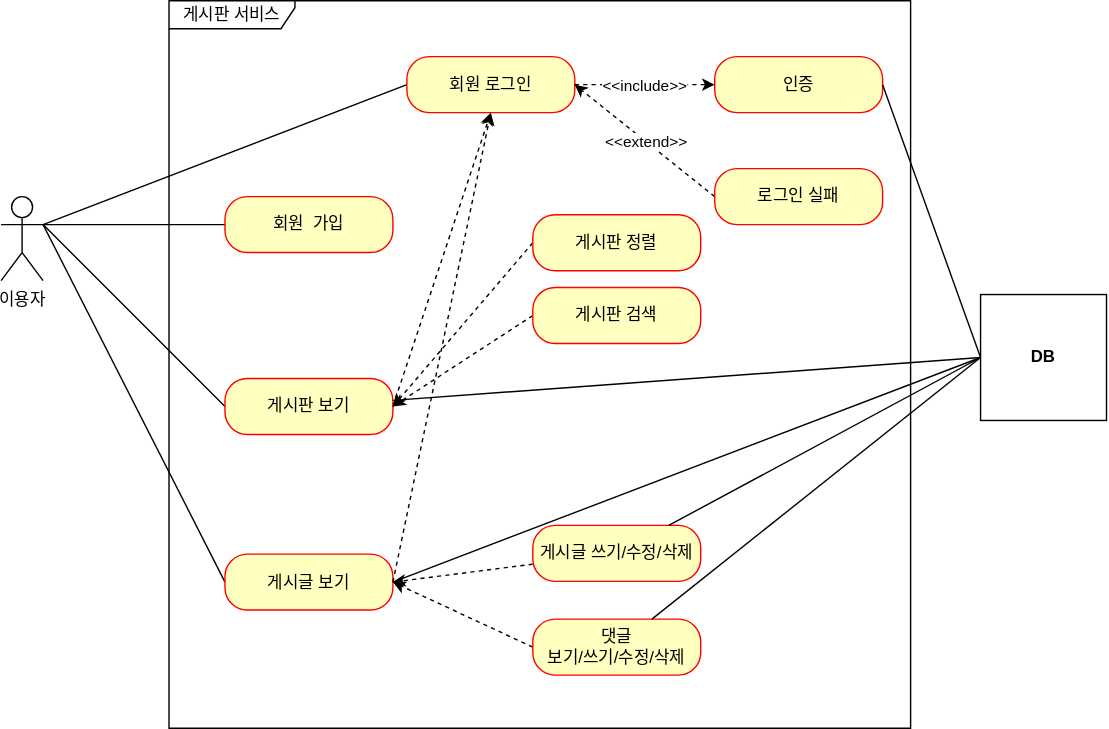
somang-lim/board-project keeps this draw.io diagram as document/use-case.svg. Above is the earlier version. Source tidied: cells renumbered, new cells last; positions are measured from the earlier drawing's top-left corner, leaving out a move shared by most shapes.
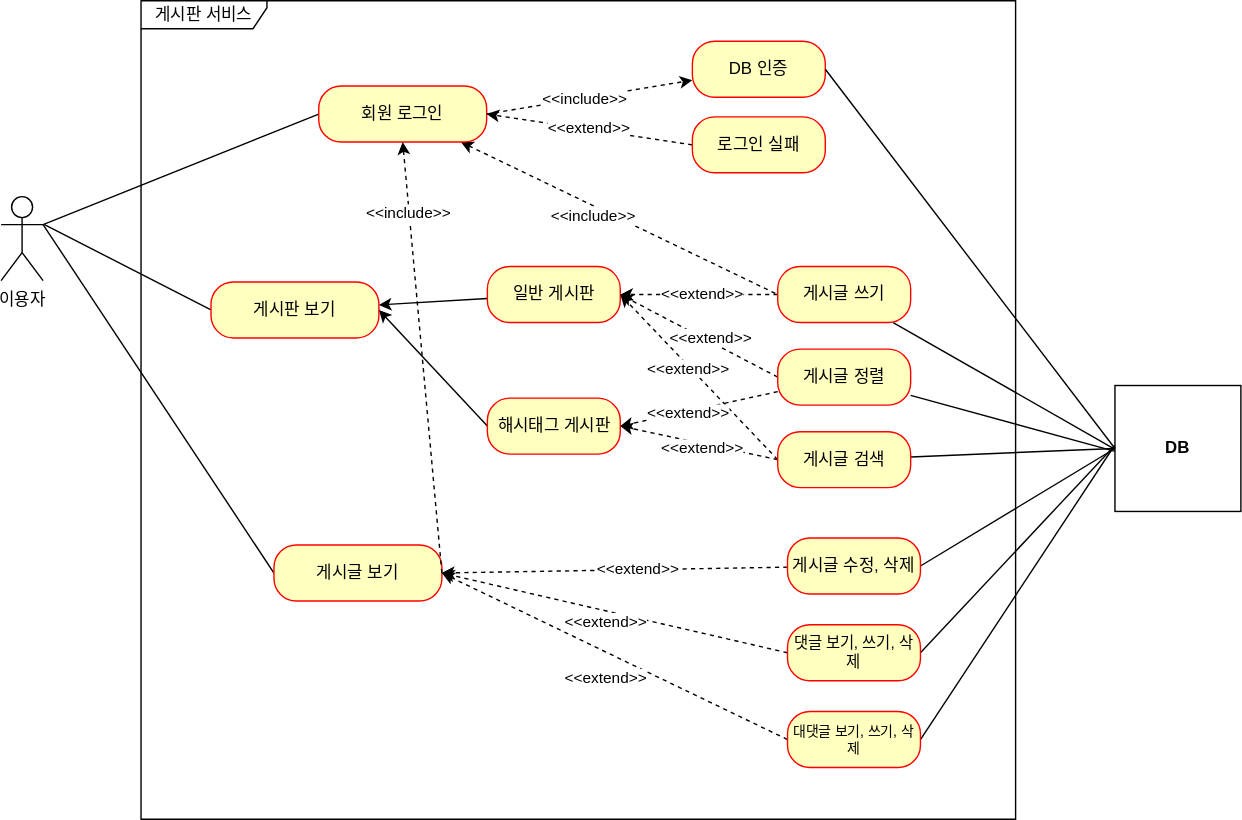
Above is the later version.

Commit message:
#55 - user-case.svg: 현재 서비스 상황에 맞춰 업데이트

The edit, as a diff of the source:
```diff
@@ -3,51 +3,41 @@
     <mxCell id="0" />
     <mxCell id="1" parent="0" />
     <mxCell id="2" value="이용자" style="shape=umlActor;verticalLabelPosition=bottom;verticalAlign=top;html=1;outlineConnect=0;" parent="1" vertex="1">
-      <mxGeometry y="140" width="30" height="60" as="geometry" />
+      <mxGeometry x="-39" y="140" width="30" height="60" as="geometry" />
     </mxCell>
     <mxCell id="3" value="게시판 서비스" style="shape=umlFrame;whiteSpace=wrap;html=1;width=90;height=20;" parent="1" vertex="1">
-      <mxGeometry x="120" width="530" height="520" as="geometry" />
+      <mxGeometry x="61" width="625" height="585" as="geometry" />
     </mxCell>
-    <mxCell id="4" style="rounded=0;jettySize=auto;html=1;endArrow=none;endFill=0;" parent="1" edge="1" source="5">
-      <mxGeometry relative="1" as="geometry">
-        <mxPoint x="30" y="160" as="targetPoint" />
-      </mxGeometry>
-    </mxCell>
-    <mxCell id="5" value="회원&amp;nbsp; 가입" style="rounded=1;whiteSpace=wrap;html=1;arcSize=40;fontColor=#000000;fillColor=#ffffc0;strokeColor=#ff0000;" parent="1" vertex="1">
-      <mxGeometry x="160" y="140" width="120" height="40" as="geometry" />
-    </mxCell>
     <mxCell id="6" style="rounded=0;jettySize=auto;html=1;endArrow=none;endFill=0;exitX=0;exitY=0.5;exitDx=0;exitDy=0;" parent="1" edge="1" source="7">
       <mxGeometry relative="1" as="geometry">
-        <mxPoint x="30" y="160" as="targetPoint" />
+        <mxPoint x="-8" y="160" as="targetPoint" />
       </mxGeometry>
     </mxCell>
     <mxCell id="7" value="게시판 보기" style="rounded=1;whiteSpace=wrap;html=1;arcSize=40;fontColor=#000000;fillColor=#ffffc0;strokeColor=#ff0000;" parent="1" vertex="1">
-      <mxGeometry x="160" y="270" width="120" height="40" as="geometry" />
+      <mxGeometry x="111" y="201" width="120" height="40" as="geometry" />
     </mxCell>
-    <mxCell id="8" style="rounded=0;jettySize=auto;html=1;endArrow=none;endFill=0;exitX=0;exitY=0.5;exitDx=0;exitDy=0;" parent="1" edge="1" source="9">
-      <mxGeometry relative="1" as="geometry">
-        <mxPoint x="30" y="160" as="targetPoint" />
-      </mxGeometry>
+    <mxCell id="8" style="rounded=0;jettySize=auto;html=1;endArrow=none;endFill=0;exitX=0;exitY=0.5;exitDx=0;exitDy=0;entryX=1;entryY=0.3333333333333333;entryDx=0;entryDy=0;entryPerimeter=0;" parent="1" edge="1" source="9" target="2">
+      <mxGeometry relative="1" as="geometry" />
     </mxCell>
     <mxCell id="9" value="게시글 보기" style="rounded=1;whiteSpace=wrap;html=1;arcSize=40;fontColor=#000000;fillColor=#ffffc0;strokeColor=#ff0000;" parent="1" vertex="1">
-      <mxGeometry x="160" y="395.5" width="120" height="40" as="geometry" />
+      <mxGeometry x="156" y="389" width="120" height="40" as="geometry" />
     </mxCell>
     <mxCell id="10" style="rounded=0;jettySize=auto;html=1;endArrow=none;endFill=0;entryX=1;entryY=0.3333333333333333;entryDx=0;entryDy=0;entryPerimeter=0;exitX=0;exitY=0.5;exitDx=0;exitDy=0;" parent="1" edge="1" source="11" target="2">
       <mxGeometry relative="1" as="geometry" />
     </mxCell>
+    <mxCell id="33" style="rounded=0;jettySize=auto;html=1;entryX=0;entryY=0.5;entryDx=0;entryDy=0;startArrow=classic;startFill=1;endArrow=none;endFill=0;dashed=1;" parent="1" edge="1" source="11" target="39">
+      <mxGeometry relative="1" as="geometry" />
+    </mxCell>
     <mxCell id="11" value="회원 로그인" style="rounded=1;whiteSpace=wrap;html=1;arcSize=40;fontColor=#000000;fillColor=#ffffc0;strokeColor=#ff0000;" parent="1" vertex="1">
-      <mxGeometry x="290" y="40" width="120" height="40" as="geometry" />
+      <mxGeometry x="188" y="61" width="120" height="40" as="geometry" />
     </mxCell>
-    <mxCell id="12" style="rounded=0;jettySize=auto;html=1;exitX=1;exitY=0.5;exitDx=0;exitDy=0;entryX=0.5;entryY=1;entryDx=0;entryDy=0;dashed=1;" parent="1" edge="1" source="7" target="11">
-      <mxGeometry relative="1" as="geometry" />
-    </mxCell>
     <mxCell id="13" style="rounded=0;jettySize=auto;html=1;exitX=1;exitY=0.5;exitDx=0;exitDy=0;entryX=0.5;entryY=1;entryDx=0;entryDy=0;dashed=1;" parent="1" edge="1" source="9" target="11">
       <mxGeometry relative="1" as="geometry" />
     </mxCell>
-    <mxCell id="14" value="인증" style="rounded=1;whiteSpace=wrap;html=1;arcSize=40;fontColor=#000000;fillColor=#ffffc0;strokeColor=#ff0000;" parent="1" vertex="1">
-      <mxGeometry x="510" y="40" width="120" height="40" as="geometry" />
+    <mxCell id="14" value="DB 인증" style="rounded=1;whiteSpace=wrap;html=1;arcSize=40;fontColor=#000000;fillColor=#ffffc0;strokeColor=#ff0000;" parent="1" vertex="1">
+      <mxGeometry x="455" y="29" width="95" height="40" as="geometry" />
     </mxCell>
-    <mxCell id="15" style="edgeStyle=orthogonalEdgeStyle;rounded=0;jettySize=auto;html=1;exitX=1;exitY=0.5;exitDx=0;exitDy=0;endArrow=classic;endFill=1;dashed=1;" parent="1" edge="1" source="11" target="14">
+    <mxCell id="15" style="rounded=0;jettySize=auto;html=1;exitX=1;exitY=0.5;exitDx=0;exitDy=0;endArrow=classic;endFill=1;dashed=1;" parent="1" edge="1" source="11" target="14">
       <mxGeometry relative="1" as="geometry" />
     </mxCell>
     <mxCell id="16" value="&amp;lt;&amp;lt;include&amp;gt;&amp;gt;" style="edgeLabel;html=1;align=center;verticalAlign=middle;" parent="15" vertex="1">
@@ -56,54 +46,146 @@
       </mxGeometry>
     </mxCell>
     <mxCell id="17" value="&amp;lt;&amp;lt;extend&amp;gt;&amp;gt;" style="rounded=0;jettySize=auto;html=1;entryX=1;entryY=0.5;entryDx=0;entryDy=0;endArrow=classic;endFill=1;exitX=0;exitY=0.5;exitDx=0;exitDy=0;startArrow=none;startFill=0;dashed=1;" parent="1" edge="1" source="18" target="11">
-      <mxGeometry relative="1" as="geometry" />
+      <mxGeometry x="0.01" y="-1" relative="1" as="geometry" />
     </mxCell>
     <mxCell id="18" value="로그인 실패" style="rounded=1;whiteSpace=wrap;html=1;arcSize=40;fontColor=#000000;fillColor=#ffffc0;strokeColor=#ff0000;" parent="1" vertex="1">
-      <mxGeometry x="510" y="120" width="120" height="40" as="geometry" />
+      <mxGeometry x="455" y="83" width="95" height="40" as="geometry" />
     </mxCell>
-    <mxCell id="19" style="rounded=0;jettySize=auto;html=1;exitX=0;exitY=0.5;exitDx=0;exitDy=0;dashed=1;" parent="1" edge="1" source="20">
-      <mxGeometry relative="1" as="geometry">
-        <mxPoint x="280" y="290" as="targetPoint" />
-      </mxGeometry>
-    </mxCell>
+    <mxCell id="34" style="rounded=0;jettySize=auto;html=1;" parent="1" edge="1" source="20" target="7">
+      <mxGeometry relative="1" as="geometry" />
+    </mxCell>
-    <mxCell id="20" value="게시판 정렬" style="rounded=1;whiteSpace=wrap;html=1;arcSize=40;fontColor=#000000;fillColor=#ffffc0;strokeColor=#ff0000;" parent="1" vertex="1">
-      <mxGeometry x="380" y="153" width="120" height="40" as="geometry" />
+    <mxCell id="20" value="일반 게시판" style="rounded=1;whiteSpace=wrap;html=1;arcSize=40;fontColor=#000000;fillColor=#ffffc0;strokeColor=#ff0000;" parent="1" vertex="1">
+      <mxGeometry x="308.5" y="190" width="95" height="40" as="geometry" />
     </mxCell>
-    <mxCell id="21" style="rounded=0;jettySize=auto;html=1;exitX=0;exitY=0.5;exitDx=0;exitDy=0;entryX=1;entryY=0.5;entryDx=0;entryDy=0;dashed=1;" parent="1" edge="1" source="22" target="7">
+    <mxCell id="21" style="rounded=0;jettySize=auto;html=1;exitX=0;exitY=0.5;exitDx=0;exitDy=0;entryX=1;entryY=0.5;entryDx=0;entryDy=0;" parent="1" edge="1" source="22" target="7">
       <mxGeometry relative="1" as="geometry" />
     </mxCell>
-    <mxCell id="22" value="게시판 검색" style="rounded=1;whiteSpace=wrap;html=1;arcSize=40;fontColor=#000000;fillColor=#ffffc0;strokeColor=#ff0000;" parent="1" vertex="1">
-      <mxGeometry x="380" y="205" width="120" height="40" as="geometry" />
+    <mxCell id="22" value="해시태그 게시판" style="rounded=1;whiteSpace=wrap;html=1;arcSize=40;fontColor=#000000;fillColor=#ffffc0;strokeColor=#ff0000;" parent="1" vertex="1">
+      <mxGeometry x="308.5" y="284" width="95" height="40" as="geometry" />
     </mxCell>
     <mxCell id="23" style="rounded=0;jettySize=auto;html=1;entryX=1;entryY=0.5;entryDx=0;entryDy=0;dashed=1;" parent="1" edge="1" source="24" target="9">
       <mxGeometry relative="1" as="geometry" />
     </mxCell>
+    <mxCell id="31" style="rounded=0;jettySize=auto;html=1;entryX=0;entryY=0.5;entryDx=0;entryDy=0;endArrow=none;endFill=0;exitX=1;exitY=0.5;exitDx=0;exitDy=0;" parent="1" edge="1" source="24" target="27">
+      <mxGeometry relative="1" as="geometry" />
+    </mxCell>
-    <mxCell id="24" value="게시글 쓰기/수정/삭제" style="rounded=1;whiteSpace=wrap;html=1;arcSize=40;fontColor=#000000;fillColor=#ffffc0;strokeColor=#ff0000;" parent="1" vertex="1">
-      <mxGeometry x="380" y="375" width="120" height="40" as="geometry" />
+    <mxCell id="24" value="게시글 수정, 삭제" style="rounded=1;whiteSpace=wrap;html=1;arcSize=40;fontColor=#000000;fillColor=#ffffc0;strokeColor=#ff0000;" parent="1" vertex="1">
+      <mxGeometry x="523" y="384" width="95" height="40" as="geometry" />
     </mxCell>
     <mxCell id="25" style="rounded=0;jettySize=auto;html=1;exitX=0;exitY=0.5;exitDx=0;exitDy=0;dashed=1;entryX=1;entryY=0.5;entryDx=0;entryDy=0;" parent="1" edge="1" source="26" target="9">
       <mxGeometry relative="1" as="geometry" />
     </mxCell>
+    <mxCell id="35" style="rounded=0;jettySize=auto;html=1;endArrow=none;endFill=0;exitX=1;exitY=0.5;exitDx=0;exitDy=0;" parent="1" edge="1" source="26">
+      <mxGeometry relative="1" as="geometry">
+        <mxPoint x="757.1" y="317.7" as="targetPoint" />
+      </mxGeometry>
+    </mxCell>
-    <mxCell id="26" value="댓글&lt;br&gt;보기/쓰기/수정/삭제" style="rounded=1;whiteSpace=wrap;html=1;arcSize=40;fontColor=#000000;fillColor=#ffffc0;strokeColor=#ff0000;" parent="1" vertex="1">
-      <mxGeometry x="380" y="442" width="120" height="40" as="geometry" />
+    <mxCell id="26" value="댓글 보기, 쓰기, 삭제" style="rounded=1;whiteSpace=wrap;html=1;arcSize=40;fontColor=#000000;fillColor=#ffffc0;strokeColor=#ff0000;fontSize=11;" parent="1" vertex="1">
+      <mxGeometry x="523" y="446" width="95" height="40" as="geometry" />
     </mxCell>
     <mxCell id="27" value="&lt;b&gt;DB&lt;/b&gt;" style="html=1;whiteSpace=wrap;" parent="1" vertex="1">
-      <mxGeometry x="700" y="210" width="90" height="90" as="geometry" />
+      <mxGeometry x="757" y="275" width="90" height="90" as="geometry" />
     </mxCell>
-    <mxCell id="28" style="rounded=0;jettySize=auto;html=1;entryX=0;entryY=0.5;entryDx=0;entryDy=0;endArrow=none;endFill=0;" parent="1" edge="1" source="7" target="27">
-      <mxGeometry relative="1" as="geometry" />
-    </mxCell>
-    <mxCell id="29" style="rounded=0;jettySize=auto;html=1;entryX=0;entryY=0.5;entryDx=0;entryDy=0;endArrow=none;endFill=0;exitX=1;exitY=0.5;exitDx=0;exitDy=0;" parent="1" edge="1" source="9" target="27">
-      <mxGeometry relative="1" as="geometry" />
-    </mxCell>
     <mxCell id="30" style="rounded=0;jettySize=auto;html=1;entryX=0;entryY=0.5;entryDx=0;entryDy=0;exitX=1;exitY=0.5;exitDx=0;exitDy=0;endArrow=none;endFill=0;" parent="1" edge="1" source="14" target="27">
       <mxGeometry relative="1" as="geometry" />
     </mxCell>
-    <mxCell id="31" style="rounded=0;jettySize=auto;html=1;entryX=0;entryY=0.5;entryDx=0;entryDy=0;endArrow=none;endFill=0;" parent="1" edge="1" source="24" target="27">
-      <mxGeometry relative="1" as="geometry" />
-    </mxCell>
-    <mxCell id="32" style="rounded=0;jettySize=auto;html=1;entryX=0;entryY=0.5;entryDx=0;entryDy=0;endArrow=none;endFill=0;" parent="1" edge="1" source="26" target="27">
-      <mxGeometry relative="1" as="geometry" />
-    </mxCell>
+    <mxCell id="36" value="&amp;lt;&amp;lt;include&amp;gt;&amp;gt;" style="edgeLabel;html=1;align=center;verticalAlign=middle;rotation=0;" parent="1" vertex="1">
+      <mxGeometry x="248" y="241" as="geometry">
+        <mxPoint x="2.9" y="-90" as="offset" />
+      </mxGeometry>
+    </mxCell>
+    <mxCell id="37" style="edgeStyle=orthogonalEdgeStyle;rounded=0;jettySize=auto;html=1;entryX=1;entryY=0.5;entryDx=0;entryDy=0;dashed=1;" parent="1" edge="1" source="39" target="20">
+      <mxGeometry relative="1" as="geometry" />
+    </mxCell>
+    <mxCell id="38" style="rounded=0;jettySize=auto;html=1;endArrow=none;endFill=0;" parent="1" edge="1" source="39">
+      <mxGeometry relative="1" as="geometry">
+        <mxPoint x="757.1" y="320.6" as="targetPoint" />
+      </mxGeometry>
+    </mxCell>
+    <mxCell id="39" value="게시글 쓰기" style="rounded=1;whiteSpace=wrap;html=1;arcSize=40;fontColor=#000000;fillColor=#ffffc0;strokeColor=#ff0000;" parent="1" vertex="1">
+      <mxGeometry x="516" y="190" width="95" height="40" as="geometry" />
+    </mxCell>
+    <mxCell id="40" style="rounded=0;jettySize=auto;html=1;endArrow=none;endFill=0;" parent="1" edge="1" source="43">
+      <mxGeometry relative="1" as="geometry">
+        <mxPoint x="757.1" y="322.1" as="targetPoint" />
+      </mxGeometry>
+    </mxCell>
+    <mxCell id="41" style="rounded=0;jettySize=auto;html=1;entryX=1;entryY=0.5;entryDx=0;entryDy=0;dashed=1;exitX=0;exitY=0.5;exitDx=0;exitDy=0;" parent="1" edge="1" source="43" target="20">
+      <mxGeometry relative="1" as="geometry" />
+    </mxCell>
+    <mxCell id="42" style="rounded=0;jettySize=auto;html=1;dashed=1;entryX=1;entryY=0.5;entryDx=0;entryDy=0;" parent="1" edge="1" source="43" target="22">
+      <mxGeometry relative="1" as="geometry" />
+    </mxCell>
+    <mxCell id="43" value="게시글 정렬" style="rounded=1;whiteSpace=wrap;html=1;arcSize=40;fontColor=#000000;fillColor=#ffffc0;strokeColor=#ff0000;" parent="1" vertex="1">
+      <mxGeometry x="516" y="249" width="95" height="40" as="geometry" />
+    </mxCell>
+    <mxCell id="44" style="rounded=0;jettySize=auto;html=1;entryX=0;entryY=0.5;entryDx=0;entryDy=0;endArrow=none;endFill=0;" parent="1" edge="1" source="47" target="27">
+      <mxGeometry relative="1" as="geometry" />
+    </mxCell>
+    <mxCell id="45" style="rounded=0;jettySize=auto;html=1;dashed=1;exitX=0;exitY=0.5;exitDx=0;exitDy=0;entryX=1;entryY=0.5;entryDx=0;entryDy=0;" parent="1" edge="1" source="47" target="22">
+      <mxGeometry relative="1" as="geometry" />
+    </mxCell>
+    <mxCell id="46" style="rounded=0;jettySize=auto;html=1;dashed=1;exitX=0;exitY=0.5;exitDx=0;exitDy=0;entryX=1;entryY=0.5;entryDx=0;entryDy=0;" parent="1" edge="1" source="47" target="20">
+      <mxGeometry relative="1" as="geometry" />
+    </mxCell>
+    <mxCell id="47" value="게시글 검색" style="rounded=1;whiteSpace=wrap;html=1;arcSize=40;fontColor=#000000;fillColor=#ffffc0;strokeColor=#ff0000;" parent="1" vertex="1">
+      <mxGeometry x="516" y="308" width="95" height="40" as="geometry" />
+    </mxCell>
+    <mxCell id="48" style="rounded=0;jettySize=auto;html=1;exitX=0;exitY=0.5;exitDx=0;exitDy=0;dashed=1;entryX=1;entryY=0.5;entryDx=0;entryDy=0;" parent="1" edge="1" source="50" target="9">
+      <mxGeometry relative="1" as="geometry" />
+    </mxCell>
+    <mxCell id="49" style="rounded=0;jettySize=auto;html=1;endArrow=none;endFill=0;exitX=1;exitY=0.5;exitDx=0;exitDy=0;" parent="1" edge="1" source="50">
+      <mxGeometry relative="1" as="geometry">
+        <mxPoint x="756.3" y="318.4" as="targetPoint" />
+      </mxGeometry>
+    </mxCell>
+    <mxCell id="50" value="대댓글 보기, 쓰기, 삭제" style="rounded=1;whiteSpace=wrap;html=1;arcSize=40;fontColor=#000000;fillColor=#ffffc0;strokeColor=#ff0000;fontSize=10;" parent="1" vertex="1">
+      <mxGeometry x="523" y="508" width="95" height="40" as="geometry" />
+    </mxCell>
+    <mxCell id="51" value="&amp;lt;&amp;lt;include&amp;gt;&amp;gt;" style="edgeLabel;html=1;align=center;verticalAlign=middle;" parent="1" vertex="1">
+      <mxGeometry x="370" y="81" as="geometry">
+        <mxPoint x="13" y="72" as="offset" />
+      </mxGeometry>
+    </mxCell>
+    <mxCell id="52" value="&amp;lt;&amp;lt;extend&amp;gt;&amp;gt;" style="edgeLabel;html=1;align=center;verticalAlign=middle;rotation=0;" parent="1" vertex="1">
+      <mxGeometry x="412" y="495" as="geometry">
+        <mxPoint x="2.9" y="-90" as="offset" />
+      </mxGeometry>
+    </mxCell>
+    <mxCell id="53" value="&amp;lt;&amp;lt;extend&amp;gt;&amp;gt;" style="edgeLabel;html=1;align=center;verticalAlign=middle;rotation=0;" parent="1" vertex="1">
+      <mxGeometry x="389" y="533" as="geometry">
+        <mxPoint x="2.9" y="-90" as="offset" />
+      </mxGeometry>
+    </mxCell>
+    <mxCell id="54" value="&amp;lt;&amp;lt;extend&amp;gt;&amp;gt;" style="edgeLabel;html=1;align=center;verticalAlign=middle;rotation=0;" parent="1" vertex="1">
+      <mxGeometry x="389" y="573" as="geometry">
+        <mxPoint x="2.9" y="-90" as="offset" />
+      </mxGeometry>
+    </mxCell>
+    <mxCell id="55" value="&amp;lt;&amp;lt;extend&amp;gt;&amp;gt;" style="edgeLabel;html=1;align=center;verticalAlign=middle;rotation=0;" parent="1" vertex="1">
+      <mxGeometry x="458" y="409" as="geometry">
+        <mxPoint x="2.9" y="-90" as="offset" />
+      </mxGeometry>
+    </mxCell>
+    <mxCell id="56" value="&amp;lt;&amp;lt;extend&amp;gt;&amp;gt;" style="edgeLabel;html=1;align=center;verticalAlign=middle;rotation=0;" parent="1" vertex="1">
+      <mxGeometry x="448" y="352" as="geometry">
+        <mxPoint x="2.9" y="-90" as="offset" />
+      </mxGeometry>
+    </mxCell>
+    <mxCell id="57" value="&amp;lt;&amp;lt;extend&amp;gt;&amp;gt;" style="edgeLabel;html=1;align=center;verticalAlign=middle;rotation=0;" parent="1" vertex="1">
+      <mxGeometry x="448" y="384" as="geometry">
+        <mxPoint x="2.9" y="-90" as="offset" />
+      </mxGeometry>
+    </mxCell>
+    <mxCell id="58" value="&amp;lt;&amp;lt;extend&amp;gt;&amp;gt;" style="edgeLabel;html=1;align=center;verticalAlign=middle;rotation=0;" parent="1" vertex="1">
+      <mxGeometry x="464" y="330" as="geometry">
+        <mxPoint x="2.9" y="-90" as="offset" />
+      </mxGeometry>
+    </mxCell>
+    <mxCell id="59" value="&amp;lt;&amp;lt;extend&amp;gt;&amp;gt;" style="edgeLabel;html=1;align=center;verticalAlign=middle;rotation=0;" parent="1" vertex="1">
+      <mxGeometry x="458" y="299" as="geometry">
+        <mxPoint x="2.9" y="-90" as="offset" />
+      </mxGeometry>
+    </mxCell>
   </root>
 </mxGraphModel>
```
